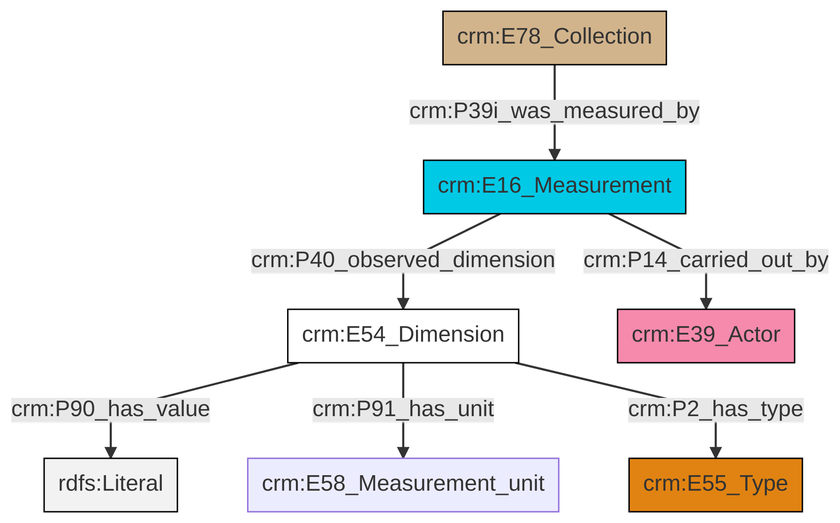
Above: et/archivalCSV/ttl/mmd/png/archival_substance.png in swiss-art-research-net/docs.swissartresearch (Mermaid), before the change. Its source is kept beside it as et/archivalCSV/ttl/mmd/archival_substance.ttl.mmd.
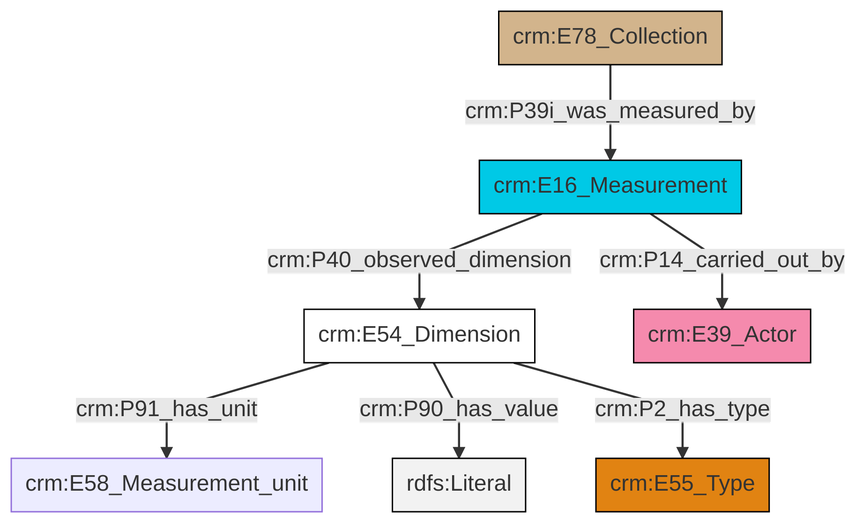
Above is the later version.

The edit, as a diff of the source:
```diff
@@ -13,9 +13,9 @@
 classDef PC_Classes fill:#4ce600, stroke:#000000;
 classDef Multi fill:#cccccc,stroke:#000000;
 
-0["crm:E54_Dimension"]:::CRM_Entity -->|crm:P90_has_value| 1[rdfs:Literal]:::Literal
-2["crm:E16_Measurement"]:::Temporal_Entity -->|crm:P40_observed_dimension| 0["crm:E54_Dimension"]:::CRM_Entity
-0["crm:E54_Dimension"]:::CRM_Entity -->|crm:P91_has_unit| 5["crm:E58_Measurement_unit"]:::Default
-2["crm:E16_Measurement"]:::Temporal_Entity -->|crm:P14_carried_out_by| 7["crm:E39_Actor"]:::Actor
-9["crm:E78_Collection"]:::Physical_Thing -->|crm:P39i_was_measured_by| 2["crm:E16_Measurement"]:::Temporal_Entity
-0["crm:E54_Dimension"]:::CRM_Entity -->|crm:P2_has_type| 3["crm:E55_Type"]:::Type
+2["crm:E54_Dimension"]:::CRM_Entity -->|crm:P91_has_unit| 0["crm:E58_Measurement_unit"]:::Default
+3["crm:E78_Collection"]:::Physical_Thing -->|crm:P39i_was_measured_by| 4["crm:E16_Measurement"]:::Temporal_Entity
+4["crm:E16_Measurement"]:::Temporal_Entity -->|crm:P14_carried_out_by| 5["crm:E39_Actor"]:::Actor
+2["crm:E54_Dimension"]:::CRM_Entity -->|crm:P90_has_value| 8[rdfs:Literal]:::Literal
+2["crm:E54_Dimension"]:::CRM_Entity -->|crm:P2_has_type| 9["crm:E55_Type"]:::Type
+4["crm:E16_Measurement"]:::Temporal_Entity -->|crm:P40_observed_dimension| 2["crm:E54_Dimension"]:::CRM_Entity
```
